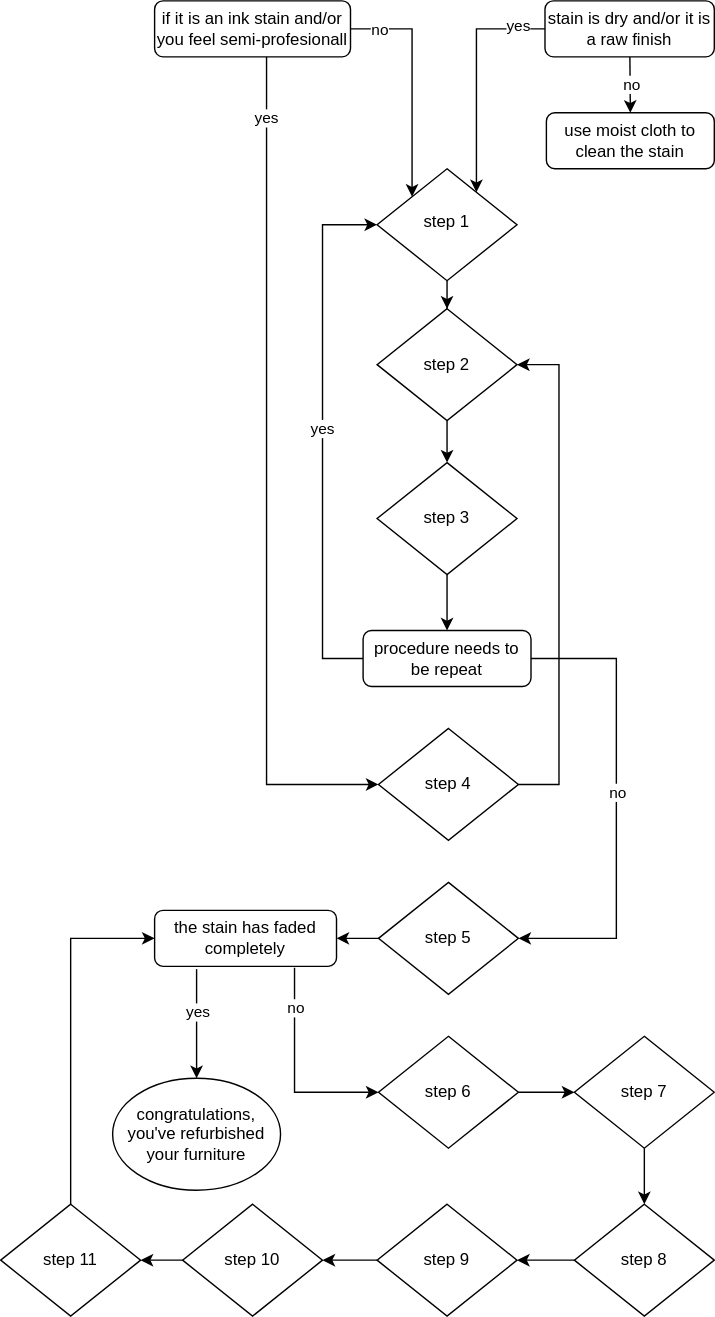
Earlier version of the draw.io export Objects/stain.svg (Camil0086/DITA_MK24blog_source). Source tidied: cells renumbered, new cells last; positions are measured from the earlier drawing's top-left corner, leaving out a move shared by most shapes.
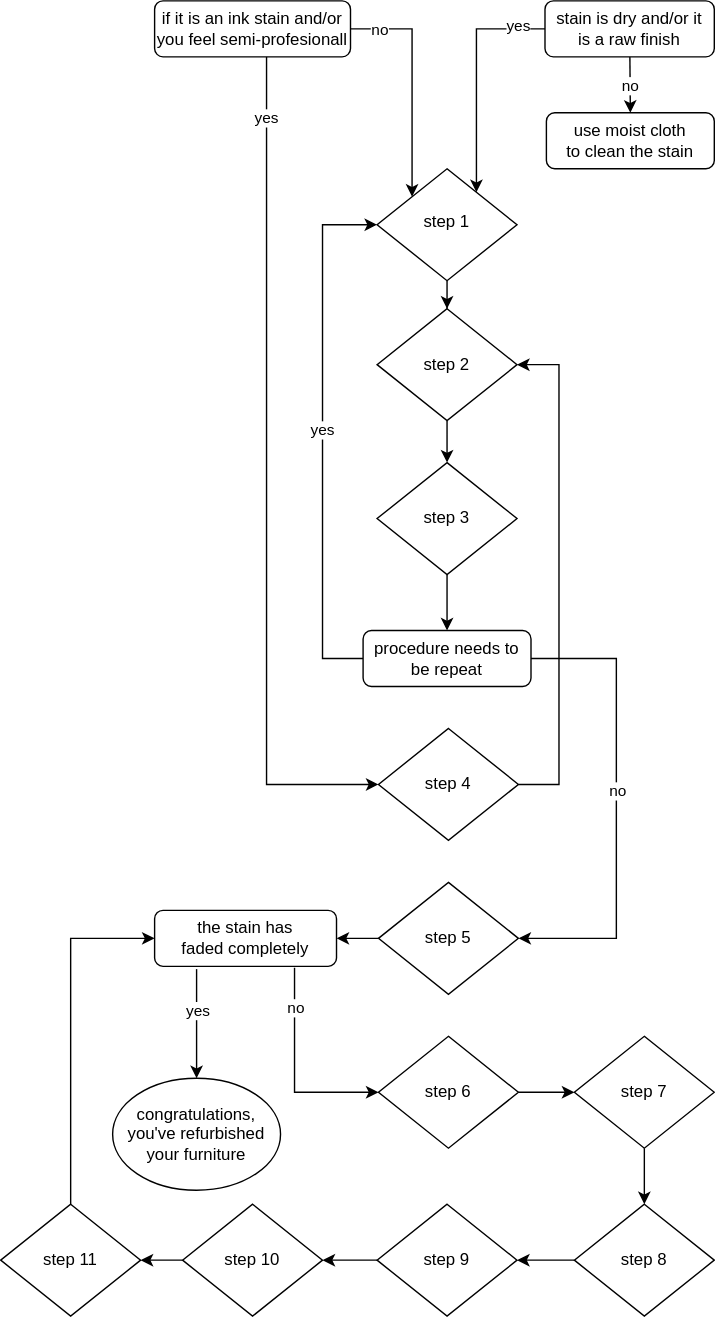
Later version of the same file.

Change to the diagram source:
```diff
@@ -2,42 +2,42 @@
   <root>
     <mxCell id="0" />
     <mxCell id="1" parent="0" />
-    <mxCell id="2" style="rounded=0;html=1;jettySize=auto;fontSize=11;endArrow=classic;endFill=1;strokeWidth=1;shadow=0;labelBackgroundColor=none;edgeStyle=orthogonalEdgeStyle;endSize=6;" parent="1" edge="1" source="6" target="8">
+    <mxCell id="2" style="rounded=0;jettySize=auto;fontSize=11;endArrow=classic;endFill=1;strokeWidth=1;shadow=0;labelBackgroundColor=none;edgeStyle=orthogonalEdgeStyle;endSize=6;html=1;" parent="1" edge="1" source="6" target="8">
       <mxGeometry relative="1" as="geometry">
         <Array as="points">
           <mxPoint x="340" y="20" />
         </Array>
       </mxGeometry>
     </mxCell>
-    <mxCell id="3" value="yes" style="edgeLabel;html=1;align=center;verticalAlign=middle;" parent="2" vertex="1">
+    <mxCell id="3" value="yes" style="edgeLabel;align=center;verticalAlign=middle;html=1;" parent="2" vertex="1">
       <mxGeometry x="0.06" y="1" relative="1" as="geometry">
         <mxPoint x="28" y="-41.8" as="offset" />
       </mxGeometry>
     </mxCell>
-    <mxCell id="4" style="edgeStyle=none;rounded=0;jettySize=auto;html=1;entryX=0.5;entryY=0;entryDx=0;entryDy=0;endArrow=classic;endFill=1;endSize=6;strokeWidth=1;" parent="1" edge="1" source="6" target="25">
+    <mxCell id="4" style="edgeStyle=none;rounded=0;jettySize=auto;entryX=0.5;entryY=0;entryDx=0;entryDy=0;endArrow=classic;endFill=1;endSize=6;strokeWidth=1;html=1;" parent="1" edge="1" source="6" target="25">
       <mxGeometry relative="1" as="geometry" />
     </mxCell>
-    <mxCell id="5" value="no" style="edgeLabel;html=1;align=center;verticalAlign=middle;" parent="4" vertex="1">
+    <mxCell id="5" value="no" style="edgeLabel;align=center;verticalAlign=middle;html=1;" parent="4" vertex="1">
       <mxGeometry x="-0.47" y="1" relative="1" as="geometry">
         <mxPoint x="-0.8" y="9.2" as="offset" />
       </mxGeometry>
     </mxCell>
-    <mxCell id="6" value="stain is dry and/or it is a raw finish" style="rounded=1;whiteSpace=wrap;html=1;fontSize=12;glass=0;strokeWidth=1;shadow=0;" parent="1" vertex="1">
+    <mxCell id="6" value="stain is dry and/or it is&amp;nbsp;a raw finish" style="rounded=1;fontSize=12;glass=0;strokeWidth=1;shadow=0;whiteSpace=wrap;html=1;" parent="1" vertex="1">
       <mxGeometry x="389" width="121" height="40" as="geometry" />
     </mxCell>
     <mxCell id="7" style="edgeStyle=orthogonalEdgeStyle;rounded=0;jettySize=auto;html=1;" parent="1" edge="1" source="8" target="10">
       <mxGeometry relative="1" as="geometry" />
     </mxCell>
-    <mxCell id="8" value="step 1" style="rhombus;whiteSpace=wrap;html=1;shadow=0;fontFamily=Helvetica;fontSize=12;align=center;strokeWidth=1;spacing=6;spacingTop=-4;" parent="1" vertex="1">
+    <mxCell id="8" value="step 1" style="rhombus;shadow=0;fontFamily=Helvetica;fontSize=12;align=center;strokeWidth=1;spacing=6;spacingTop=-4;whiteSpace=wrap;html=1;" parent="1" vertex="1">
       <mxGeometry x="269" y="120" width="100" height="80" as="geometry" />
     </mxCell>
-    <mxCell id="9" style="edgeStyle=orthogonalEdgeStyle;rounded=0;jettySize=auto;html=1;entryX=0.5;entryY=0;entryDx=0;entryDy=0;" parent="1" edge="1" source="10" target="14">
+    <mxCell id="9" style="edgeStyle=orthogonalEdgeStyle;rounded=0;jettySize=auto;entryX=0.5;entryY=0;entryDx=0;entryDy=0;html=1;" parent="1" edge="1" source="10" target="14">
       <mxGeometry relative="1" as="geometry" />
     </mxCell>
     <mxCell id="10" value="step 2" style="rhombus;whiteSpace=wrap;html=1;" parent="1" vertex="1">
       <mxGeometry x="269" y="220" width="100" height="80" as="geometry" />
     </mxCell>
-    <mxCell id="11" style="edgeStyle=orthogonalEdgeStyle;rounded=0;jettySize=auto;html=1;entryX=1;entryY=0.5;entryDx=0;entryDy=0;exitX=1;exitY=0.5;exitDx=0;exitDy=0;" parent="1" edge="1" source="29" target="22">
+    <mxCell id="11" style="edgeStyle=orthogonalEdgeStyle;rounded=0;jettySize=auto;entryX=1;entryY=0.5;entryDx=0;entryDy=0;exitX=1;exitY=0.5;exitDx=0;exitDy=0;html=1;" parent="1" edge="1" source="29" target="22">
       <mxGeometry relative="1" as="geometry">
         <Array as="points">
           <mxPoint x="440" y="470" />
@@ -45,18 +45,18 @@
         </Array>
       </mxGeometry>
     </mxCell>
-    <mxCell id="12" value="no" style="edgeLabel;html=1;align=center;verticalAlign=middle;" parent="11" vertex="1">
+    <mxCell id="12" value="no" style="edgeLabel;align=center;verticalAlign=middle;html=1;" parent="11" vertex="1">
       <mxGeometry x="0.08" y="1" relative="1" as="geometry">
         <mxPoint x="-1" y="-22.3" as="offset" />
       </mxGeometry>
     </mxCell>
-    <mxCell id="13" style="edgeStyle=none;rounded=0;jettySize=auto;html=1;entryX=0.5;entryY=0;entryDx=0;entryDy=0;endArrow=classic;endFill=1;endSize=6;strokeWidth=1;" parent="1" edge="1" source="14" target="29">
+    <mxCell id="13" style="edgeStyle=none;rounded=0;jettySize=auto;entryX=0.5;entryY=0;entryDx=0;entryDy=0;endArrow=classic;endFill=1;endSize=6;strokeWidth=1;html=1;" parent="1" edge="1" source="14" target="29">
       <mxGeometry relative="1" as="geometry" />
     </mxCell>
     <mxCell id="14" value="step 3" style="rhombus;whiteSpace=wrap;html=1;" parent="1" vertex="1">
       <mxGeometry x="269" y="330" width="100" height="80" as="geometry" />
     </mxCell>
-    <mxCell id="15" style="edgeStyle=orthogonalEdgeStyle;rounded=0;jettySize=auto;html=1;entryX=1;entryY=0.5;entryDx=0;entryDy=0;" parent="1" edge="1" source="16" target="10">
+    <mxCell id="15" style="edgeStyle=orthogonalEdgeStyle;rounded=0;jettySize=auto;entryX=1;entryY=0.5;entryDx=0;entryDy=0;html=1;" parent="1" edge="1" source="16" target="10">
       <mxGeometry relative="1" as="geometry">
         <Array as="points">
           <mxPoint x="399" y="560" />
@@ -67,14 +67,14 @@
     <mxCell id="16" value="step 4" style="rhombus;whiteSpace=wrap;html=1;" parent="1" vertex="1">
       <mxGeometry x="270" y="520" width="100" height="80" as="geometry" />
     </mxCell>
-    <mxCell id="17" style="edgeStyle=orthogonalEdgeStyle;rounded=0;jettySize=auto;html=1;entryX=0;entryY=0.5;entryDx=0;entryDy=0;" parent="1" edge="1" source="20" target="16">
+    <mxCell id="17" style="edgeStyle=orthogonalEdgeStyle;rounded=0;jettySize=auto;entryX=0;entryY=0.5;entryDx=0;entryDy=0;html=1;" parent="1" edge="1" source="20" target="16">
       <mxGeometry relative="1" as="geometry">
         <Array as="points">
           <mxPoint x="190" y="560" />
         </Array>
       </mxGeometry>
     </mxCell>
-    <mxCell id="18" style="edgeStyle=none;rounded=0;jettySize=auto;html=1;entryX=0;entryY=0;entryDx=0;entryDy=0;endArrow=classic;endFill=1;endSize=6;strokeWidth=1;" parent="1" edge="1" source="20" target="8">
+    <mxCell id="18" style="edgeStyle=none;rounded=0;jettySize=auto;entryX=0;entryY=0;entryDx=0;entryDy=0;endArrow=classic;endFill=1;endSize=6;strokeWidth=1;html=1;" parent="1" edge="1" source="20" target="8">
       <mxGeometry relative="1" as="geometry">
         <Array as="points">
           <mxPoint x="270" y="20" />
@@ -82,35 +82,35 @@
         </Array>
       </mxGeometry>
     </mxCell>
-    <mxCell id="19" value="no" style="edgeLabel;html=1;align=center;verticalAlign=middle;" parent="18" vertex="1">
+    <mxCell id="19" value="no" style="edgeLabel;align=center;verticalAlign=middle;html=1;" parent="18" vertex="1">
       <mxGeometry x="-0.27" relative="1" as="geometry">
         <mxPoint x="-24" y="-16" as="offset" />
       </mxGeometry>
     </mxCell>
-    <mxCell id="20" value="if it is an ink stain and/or you feel semi-profesionall" style="rounded=1;whiteSpace=wrap;html=1;fontSize=12;glass=0;strokeWidth=1;shadow=0;" parent="1" vertex="1">
+    <mxCell id="20" value="if it is an ink stain and/or you feel semi-profesionall" style="rounded=1;fontSize=12;glass=0;strokeWidth=1;shadow=0;whiteSpace=wrap;html=1;" parent="1" vertex="1">
       <mxGeometry x="110" width="140" height="40" as="geometry" />
     </mxCell>
-    <mxCell id="21" style="edgeStyle=none;rounded=0;jettySize=auto;html=1;entryX=1;entryY=0.5;entryDx=0;entryDy=0;endArrow=classic;endFill=1;endSize=6;strokeWidth=1;" parent="1" edge="1" source="22" target="34">
+    <mxCell id="21" style="edgeStyle=none;rounded=0;jettySize=auto;entryX=1;entryY=0.5;entryDx=0;entryDy=0;endArrow=classic;endFill=1;endSize=6;strokeWidth=1;html=1;" parent="1" edge="1" source="22" target="34">
       <mxGeometry relative="1" as="geometry" />
     </mxCell>
     <mxCell id="22" value="step 5" style="rhombus;whiteSpace=wrap;html=1;" parent="1" vertex="1">
       <mxGeometry x="270" y="630" width="100" height="80" as="geometry" />
     </mxCell>
-    <mxCell id="23" style="edgeStyle=none;rounded=0;jettySize=auto;html=1;entryX=0;entryY=0.5;entryDx=0;entryDy=0;endArrow=classic;endFill=1;endSize=6;strokeWidth=1;" parent="1" edge="1" source="24" target="37">
+    <mxCell id="23" style="edgeStyle=none;rounded=0;jettySize=auto;entryX=0;entryY=0.5;entryDx=0;entryDy=0;endArrow=classic;endFill=1;endSize=6;strokeWidth=1;html=1;" parent="1" edge="1" source="24" target="37">
       <mxGeometry relative="1" as="geometry" />
     </mxCell>
     <mxCell id="24" value="step 6" style="rhombus;whiteSpace=wrap;html=1;" parent="1" vertex="1">
       <mxGeometry x="270" y="740" width="100" height="80" as="geometry" />
     </mxCell>
-    <mxCell id="25" value="use moist cloth to clean the stain" style="rounded=1;whiteSpace=wrap;html=1;fontSize=12;glass=0;strokeWidth=1;shadow=0;" parent="1" vertex="1">
+    <mxCell id="25" value="use moist cloth to&amp;nbsp;clean the stain" style="rounded=1;fontSize=12;glass=0;strokeWidth=1;shadow=0;whiteSpace=wrap;html=1;" parent="1" vertex="1">
       <mxGeometry x="390" y="80" width="120" height="40" as="geometry" />
     </mxCell>
-    <mxCell id="26" value="yes" style="edgeLabel;html=1;align=center;verticalAlign=middle;" parent="1" vertex="1">
+    <mxCell id="26" value="yes" style="edgeLabel;align=center;verticalAlign=middle;html=1;" parent="1" vertex="1">
       <mxGeometry x="400" y="80" as="geometry">
         <mxPoint x="-211" y="3" as="offset" />
       </mxGeometry>
     </mxCell>
-    <mxCell id="27" style="edgeStyle=none;rounded=0;jettySize=auto;html=1;entryX=0;entryY=0.5;entryDx=0;entryDy=0;endArrow=classic;endFill=1;endSize=6;strokeWidth=1;exitX=0;exitY=0.5;exitDx=0;exitDy=0;" parent="1" edge="1" source="29" target="8">
+    <mxCell id="27" style="edgeStyle=none;rounded=0;jettySize=auto;entryX=0;entryY=0.5;entryDx=0;entryDy=0;endArrow=classic;endFill=1;endSize=6;strokeWidth=1;exitX=0;exitY=0.5;exitDx=0;exitDy=0;html=1;" parent="1" edge="1" source="29" target="8">
       <mxGeometry relative="1" as="geometry">
         <Array as="points">
           <mxPoint x="230" y="470" />
@@ -119,15 +119,15 @@
         </Array>
       </mxGeometry>
     </mxCell>
-    <mxCell id="28" value="yes" style="edgeLabel;html=1;align=center;verticalAlign=middle;" parent="27" vertex="1">
+    <mxCell id="28" value="yes" style="edgeLabel;align=center;verticalAlign=middle;html=1;" parent="27" vertex="1">
       <mxGeometry x="0.02" y="2" relative="1" as="geometry">
         <mxPoint x="1" as="offset" />
       </mxGeometry>
     </mxCell>
-    <mxCell id="29" value="procedure needs to be repeat" style="rounded=1;whiteSpace=wrap;html=1;fontSize=12;glass=0;strokeWidth=1;shadow=0;" parent="1" vertex="1">
+    <mxCell id="29" value="procedure needs to be repeat" style="rounded=1;fontSize=12;glass=0;strokeWidth=1;shadow=0;whiteSpace=wrap;html=1;" parent="1" vertex="1">
       <mxGeometry x="259" y="450" width="120" height="40" as="geometry" />
     </mxCell>
-    <mxCell id="30" style="edgeStyle=none;rounded=0;jettySize=auto;html=1;entryX=0;entryY=0.5;entryDx=0;entryDy=0;endArrow=classic;endFill=1;endSize=6;strokeWidth=1;" parent="1" edge="1" target="24">
+    <mxCell id="30" style="edgeStyle=none;rounded=0;jettySize=auto;entryX=0;entryY=0.5;entryDx=0;entryDy=0;endArrow=classic;endFill=1;endSize=6;strokeWidth=1;html=1;" parent="1" edge="1" target="24">
       <mxGeometry relative="1" as="geometry">
         <mxPoint x="210" y="691" as="sourcePoint" />
         <Array as="points">
@@ -135,50 +135,50 @@
         </Array>
       </mxGeometry>
     </mxCell>
-    <mxCell id="31" value="no" style="edgeLabel;html=1;align=center;verticalAlign=middle;" parent="30" vertex="1">
+    <mxCell id="31" value="no" style="edgeLabel;align=center;verticalAlign=middle;html=1;" parent="30" vertex="1">
       <mxGeometry x="-0.59" y="1" relative="1" as="geometry">
         <mxPoint x="-1" y="-1.8" as="offset" />
       </mxGeometry>
     </mxCell>
-    <mxCell id="32" style="edgeStyle=none;rounded=0;jettySize=auto;html=1;entryX=0.5;entryY=0;entryDx=0;entryDy=0;endArrow=classic;endFill=1;endSize=6;strokeWidth=1;" parent="1" edge="1" target="35">
+    <mxCell id="32" style="edgeStyle=none;rounded=0;jettySize=auto;entryX=0.5;entryY=0;entryDx=0;entryDy=0;endArrow=classic;endFill=1;endSize=6;strokeWidth=1;html=1;" parent="1" edge="1" target="35">
       <mxGeometry relative="1" as="geometry">
         <mxPoint x="140" y="692" as="sourcePoint" />
       </mxGeometry>
     </mxCell>
-    <mxCell id="33" value="yes" style="edgeLabel;html=1;align=center;verticalAlign=middle;" parent="32" vertex="1">
+    <mxCell id="33" value="yes" style="edgeLabel;align=center;verticalAlign=middle;html=1;" parent="32" vertex="1">
       <mxGeometry x="-0.26" relative="1" as="geometry" />
     </mxCell>
-    <mxCell id="34" value="the stain has faded completely" style="rounded=1;whiteSpace=wrap;html=1;fontSize=12;glass=0;strokeWidth=1;shadow=0;" parent="1" vertex="1">
+    <mxCell id="34" value="the stain has faded&amp;nbsp;completely" style="rounded=1;fontSize=12;glass=0;strokeWidth=1;shadow=0;whiteSpace=wrap;html=1;" parent="1" vertex="1">
       <mxGeometry x="110" y="650" width="130" height="40" as="geometry" />
     </mxCell>
-    <mxCell id="35" value="congratulations, you've refurbished your furniture" style="ellipse;whiteSpace=wrap;html=1;" parent="1" vertex="1">
+    <mxCell id="35" value="congratulations, you&amp;#39;ve refurbished your furniture" style="ellipse;whiteSpace=wrap;html=1;" parent="1" vertex="1">
       <mxGeometry x="80" y="770" width="120" height="80" as="geometry" />
     </mxCell>
-    <mxCell id="36" style="edgeStyle=none;rounded=0;jettySize=auto;html=1;entryX=0.5;entryY=0;entryDx=0;entryDy=0;endArrow=classic;endFill=1;endSize=6;strokeWidth=1;exitX=0.5;exitY=1;exitDx=0;exitDy=0;" parent="1" edge="1" source="37" target="39">
+    <mxCell id="36" style="edgeStyle=none;rounded=0;jettySize=auto;entryX=0.5;entryY=0;entryDx=0;entryDy=0;endArrow=classic;endFill=1;endSize=6;strokeWidth=1;exitX=0.5;exitY=1;exitDx=0;exitDy=0;html=1;" parent="1" edge="1" source="37" target="39">
       <mxGeometry relative="1" as="geometry" />
     </mxCell>
     <mxCell id="37" value="step 7" style="rhombus;whiteSpace=wrap;html=1;" parent="1" vertex="1">
       <mxGeometry x="410" y="740" width="100" height="80" as="geometry" />
     </mxCell>
-    <mxCell id="38" style="edgeStyle=none;rounded=0;jettySize=auto;html=1;entryX=1;entryY=0.5;entryDx=0;entryDy=0;endArrow=classic;endFill=1;endSize=6;strokeWidth=1;" parent="1" edge="1" source="39" target="41">
+    <mxCell id="38" style="edgeStyle=none;rounded=0;jettySize=auto;entryX=1;entryY=0.5;entryDx=0;entryDy=0;endArrow=classic;endFill=1;endSize=6;strokeWidth=1;html=1;" parent="1" edge="1" source="39" target="41">
       <mxGeometry relative="1" as="geometry" />
     </mxCell>
     <mxCell id="39" value="step 8" style="rhombus;whiteSpace=wrap;html=1;" parent="1" vertex="1">
       <mxGeometry x="410" y="860" width="100" height="80" as="geometry" />
     </mxCell>
-    <mxCell id="40" style="edgeStyle=none;rounded=0;jettySize=auto;html=1;entryX=1;entryY=0.5;entryDx=0;entryDy=0;endArrow=classic;endFill=1;endSize=6;strokeWidth=1;" parent="1" edge="1" source="41" target="43">
+    <mxCell id="40" style="edgeStyle=none;rounded=0;jettySize=auto;entryX=1;entryY=0.5;entryDx=0;entryDy=0;endArrow=classic;endFill=1;endSize=6;strokeWidth=1;html=1;" parent="1" edge="1" source="41" target="43">
       <mxGeometry relative="1" as="geometry" />
     </mxCell>
     <mxCell id="41" value="step 9" style="rhombus;whiteSpace=wrap;html=1;" parent="1" vertex="1">
       <mxGeometry x="269" y="860" width="100" height="80" as="geometry" />
     </mxCell>
-    <mxCell id="42" style="edgeStyle=none;rounded=0;jettySize=auto;html=1;entryX=1;entryY=0.5;entryDx=0;entryDy=0;endArrow=classic;endFill=1;endSize=6;strokeWidth=1;" parent="1" edge="1" source="43" target="45">
+    <mxCell id="42" style="edgeStyle=none;rounded=0;jettySize=auto;entryX=1;entryY=0.5;entryDx=0;entryDy=0;endArrow=classic;endFill=1;endSize=6;strokeWidth=1;html=1;" parent="1" edge="1" source="43" target="45">
       <mxGeometry relative="1" as="geometry" />
     </mxCell>
     <mxCell id="43" value="step 10" style="rhombus;whiteSpace=wrap;html=1;" parent="1" vertex="1">
       <mxGeometry x="130" y="860" width="100" height="80" as="geometry" />
     </mxCell>
-    <mxCell id="44" style="edgeStyle=none;rounded=0;jettySize=auto;html=1;entryX=0;entryY=0.5;entryDx=0;entryDy=0;endArrow=classic;endFill=1;endSize=6;strokeWidth=1;exitX=0.5;exitY=0;exitDx=0;exitDy=0;" parent="1" edge="1" source="45" target="34">
+    <mxCell id="44" style="edgeStyle=none;rounded=0;jettySize=auto;entryX=0;entryY=0.5;entryDx=0;entryDy=0;endArrow=classic;endFill=1;endSize=6;strokeWidth=1;exitX=0.5;exitY=0;exitDx=0;exitDy=0;html=1;" parent="1" edge="1" source="45" target="34">
       <mxGeometry relative="1" as="geometry">
         <Array as="points">
           <mxPoint x="50" y="670" />
```
